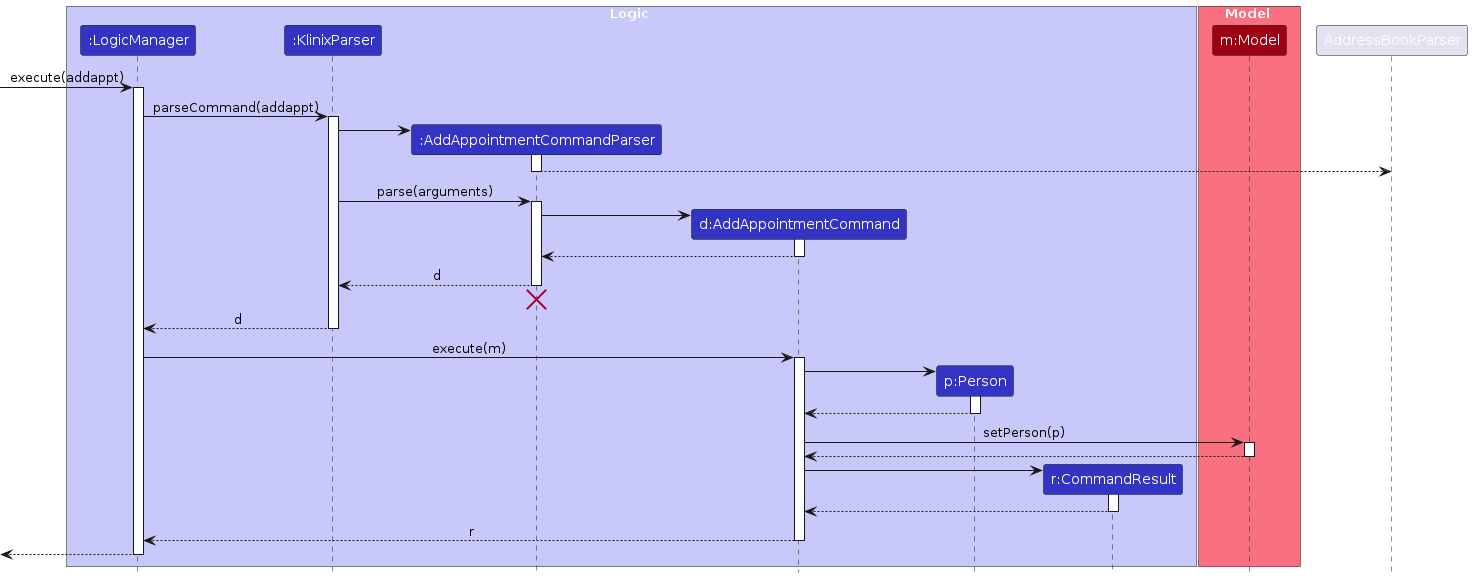
Before: diagrams/AddAppointmentSequenceDiagram.png, a diagram exported from PlantUML (AY2425S2-CS2103T-T09-2/tp). Its source is kept beside it as diagrams/AddAppointmentSequenceDiagram.puml. Source of this version:
```plantuml
@startuml
!include style.puml
skinparam ArrowFontStyle plain

box Logic LOGIC_COLOR_T1
participant ":LogicManager" as LogicManager LOGIC_COLOR
participant ":KlinixParser" as KlinixParser LOGIC_COLOR
participant ":AddAppointmentCommandParser" as AddAppointmentCommandParser LOGIC_COLOR
participant "d:AddAppointmentCommand" as AddAppointmentCommand LOGIC_COLOR
participant "p:Person" as Person LOGIC_COLOR
participant "r:CommandResult" as CommandResult LOGIC_COLOR
end box

box Model MODEL_COLOR_T1
participant "m:Model" as Model MODEL_COLOR
end box

[-> LogicManager : execute(addappt)
activate LogicManager

LogicManager -> KlinixParser : parseCommand(addappt)
activate KlinixParser

create AddAppointmentCommandParser
KlinixParser -> AddAppointmentCommandParser
activate AddAppointmentCommandParser

AddAppointmentCommandParser --> AddressBookParser
deactivate AddAppointmentCommandParser

KlinixParser -> AddAppointmentCommandParser : parse(arguments)
activate AddAppointmentCommandParser

create AddAppointmentCommand
AddAppointmentCommandParser -> AddAppointmentCommand
activate AddAppointmentCommand

AddAppointmentCommand --> AddAppointmentCommandParser :
deactivate AddAppointmentCommand

AddAppointmentCommandParser --> KlinixParser : d
deactivate AddAppointmentCommandParser
AddAppointmentCommandParser -[hidden]-> KlinixParser
destroy AddAppointmentCommandParser

KlinixParser --> LogicManager : d
deactivate KlinixParser

LogicManager -> AddAppointmentCommand : execute(m)
activate AddAppointmentCommand

create Person
AddAppointmentCommand -> Person
activate Person

Person --> AddAppointmentCommand
deactivate Person

AddAppointmentCommand -> Model : setPerson(p)
activate Model

Model --> AddAppointmentCommand
deactivate Model

create CommandResult
AddAppointmentCommand -> CommandResult
activate CommandResult

CommandResult --> AddAppointmentCommand
deactivate CommandResult

AddAppointmentCommand --> LogicManager : r
deactivate AddAppointmentCommand

[<--LogicManager
deactivate LogicManager
@enduml
```
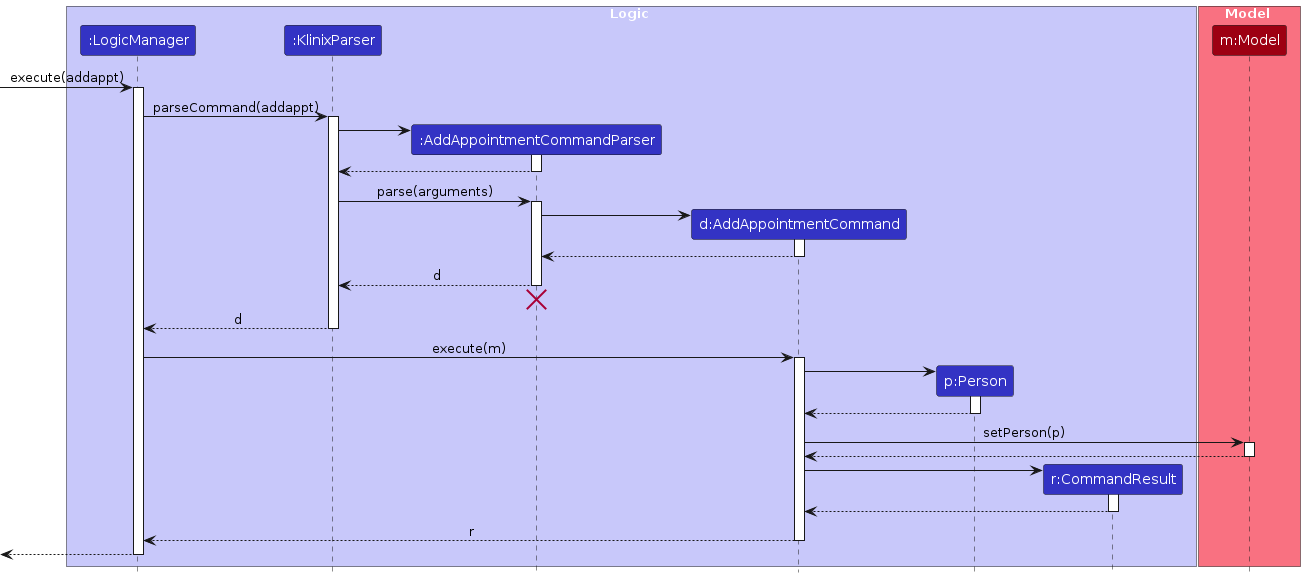
Later version of the same file.

The edit, as a diff of the source:
```diff
@@ -25,7 +25,7 @@
 KlinixParser -> AddAppointmentCommandParser
 activate AddAppointmentCommandParser
 
-AddAppointmentCommandParser --> AddressBookParser
+AddAppointmentCommandParser --> KlinixParser
 deactivate AddAppointmentCommandParser
 
 KlinixParser -> AddAppointmentCommandParser : parse(arguments)
```
